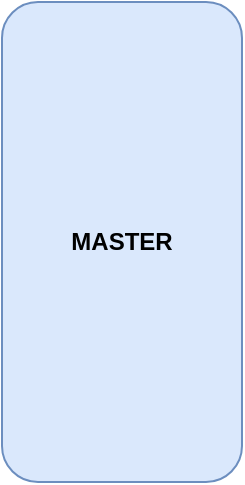
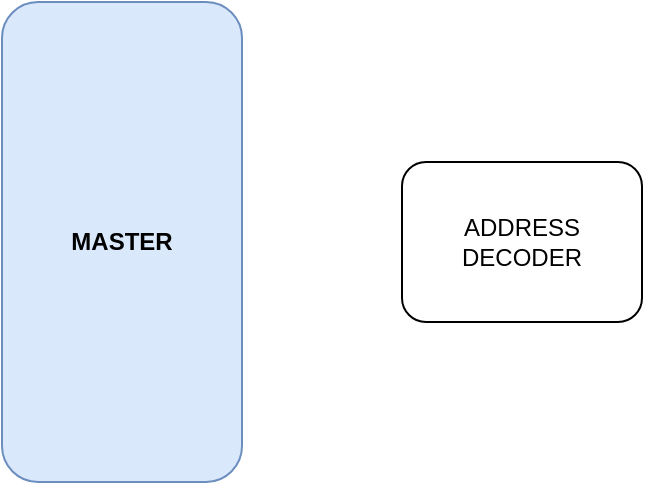
<mxfile host="app.diagrams.net" agent="Mozilla/5.0 (Windows NT 10.0; Win64; x64) AppleWebKit/537.36 (KHTML, like Gecko) Chrome/144.0.0.0 Safari/537.36 Edg/144.0.0.0" pages="4">
  <diagram id="00dOMP4ly3Yvcw6Omt_P" name="AHB Block Diagram">
-     <mxGraphModel dx="764" dy="1105" grid="1" gridSize="10" guides="1" tooltips="1" connect="1" arrows="1" fold="1" page="1" pageScale="1" pageWidth="850" pageHeight="1100" math="0" shadow="0">
+     <mxGraphModel dx="637" dy="921" grid="1" gridSize="10" guides="1" tooltips="1" connect="1" arrows="1" fold="1" page="1" pageScale="1" pageWidth="850" pageHeight="1100" math="0" shadow="0">
      <root>
        <mxCell id="0" />
        <mxCell id="1" parent="0" />
        <mxCell id="WVtcaOnAu4kVJNJomXHp-1" parent="1" style="rounded=1;whiteSpace=wrap;html=1;fillColor=#dae8fc;strokeColor=#6c8ebf;" value="&lt;b&gt;MASTER&lt;/b&gt;" vertex="1">
          <mxGeometry height="240" width="120" x="80" y="160" as="geometry" />
+         </mxCell>
+         <mxCell id="WVtcaOnAu4kVJNJomXHp-3" parent="1" style="rounded=1;whiteSpace=wrap;html=1;" value="ADDRESS DECODER" vertex="1">
+           <mxGeometry height="80" width="120" x="280" y="240" as="geometry" />
        </mxCell>
      </root>
    </mxGraphModel>
  </diagram>
  <diagram name="AHB Interface" id="AxdGKtdG9Rmgfqjtrl1U">
    <mxGraphModel dx="2046" dy="1106" grid="1" gridSize="10" guides="1" tooltips="1" connect="1" arrows="1" fold="1" page="1" pageScale="1" pageWidth="850" pageHeight="1100" math="0" shadow="0">
      <root>
        <mxCell id="0" />
        <mxCell id="1" parent="0" />
        <mxCell id="BZ9neWvH9tw47nREzwFn-1" parent="1" style="rounded=0;whiteSpace=wrap;html=1;" value="&lt;font style=&quot;font-size: 16px;&quot;&gt;&lt;b&gt;Manager&lt;/b&gt;&lt;/font&gt;" vertex="1">
          <mxGeometry height="200" width="120" x="400" y="80" as="geometry" />
        </mxCell>
        <mxCell id="BZ9neWvH9tw47nREzwFn-2" edge="1" parent="1" style="endArrow=classic;html=1;rounded=0;" value="">
          <mxGeometry height="50" relative="1" width="50" as="geometry">
            <mxPoint x="360" y="100" as="sourcePoint" />
            <mxPoint x="400" y="100" as="targetPoint" />
          </mxGeometry>
        </mxCell>
        <mxCell id="BZ9neWvH9tw47nREzwFn-3" edge="1" parent="1" style="endArrow=classic;html=1;rounded=0;" value="">
          <mxGeometry height="50" relative="1" width="50" as="geometry">
            <mxPoint x="360" y="120" as="sourcePoint" />
            <mxPoint x="400" y="120" as="targetPoint" />
          </mxGeometry>
        </mxCell>
        <mxCell id="BZ9neWvH9tw47nREzwFn-4" parent="1" style="text;html=1;whiteSpace=wrap;strokeColor=none;fillColor=none;align=center;verticalAlign=middle;rounded=0;fontStyle=1" value="HCLK" vertex="1">
          <mxGeometry height="20" width="40" x="320" y="90" as="geometry" />
        </mxCell>
        <mxCell id="BZ9neWvH9tw47nREzwFn-5" parent="1" style="text;html=1;whiteSpace=wrap;strokeColor=none;fillColor=none;align=center;verticalAlign=middle;rounded=0;fontStyle=1" value="HRESETn" vertex="1">
          <mxGeometry height="20" width="60" x="300" y="110" as="geometry" />
        </mxCell>
        <mxCell id="BZ9neWvH9tw47nREzwFn-6" parent="1" style="text;html=1;whiteSpace=wrap;strokeColor=none;fillColor=none;align=center;verticalAlign=middle;rounded=0;fontStyle=1" value="HREADY" vertex="1">
          <mxGeometry height="20" width="60" x="300" y="150" as="geometry" />
        </mxCell>
        <mxCell id="BZ9neWvH9tw47nREzwFn-7" edge="1" parent="1" style="endArrow=classic;html=1;rounded=0;" value="">
          <mxGeometry height="50" relative="1" width="50" as="geometry">
            <mxPoint x="360" y="160" as="sourcePoint" />
            <mxPoint x="400" y="160" as="targetPoint" />
          </mxGeometry>
        </mxCell>
        <mxCell id="BZ9neWvH9tw47nREzwFn-8" edge="1" parent="1" style="endArrow=classic;html=1;rounded=0;" value="">
          <mxGeometry height="50" relative="1" width="50" as="geometry">
            <mxPoint x="360" y="180" as="sourcePoint" />
            <mxPoint x="400" y="180" as="targetPoint" />
          </mxGeometry>
        </mxCell>
        <mxCell id="BZ9neWvH9tw47nREzwFn-9" parent="1" style="text;html=1;whiteSpace=wrap;strokeColor=none;fillColor=none;align=center;verticalAlign=middle;rounded=0;fontStyle=1" value="HSELx" vertex="1">
          <mxGeometry height="20" width="60" x="310" y="430" as="geometry" />
        </mxCell>
        <mxCell id="BZ9neWvH9tw47nREzwFn-10" edge="1" parent="1" style="endArrow=classic;html=1;rounded=0;" value="">
          <mxGeometry height="50" relative="1" width="50" as="geometry">
            <mxPoint x="360" y="260" as="sourcePoint" />
            <mxPoint x="400" y="260" as="targetPoint" />
          </mxGeometry>
        </mxCell>
        <mxCell id="BZ9neWvH9tw47nREzwFn-11" parent="1" style="text;html=1;whiteSpace=wrap;strokeColor=none;fillColor=none;align=center;verticalAlign=middle;rounded=0;fontStyle=1" value="HRDATA[31:0]" vertex="1">
          <mxGeometry height="20" width="90" x="270" y="250" as="geometry" />
        </mxCell>
        <mxCell id="BZ9neWvH9tw47nREzwFn-12" edge="1" parent="1" style="endArrow=classic;html=1;rounded=0;" value="">
          <mxGeometry height="50" relative="1" width="50" as="geometry">
            <mxPoint x="520" y="99.83" as="sourcePoint" />
            <mxPoint x="560" y="99.83" as="targetPoint" />
          </mxGeometry>
        </mxCell>
        <mxCell id="BZ9neWvH9tw47nREzwFn-13" edge="1" parent="1" style="endArrow=classic;html=1;rounded=0;" value="">
          <mxGeometry height="50" relative="1" width="50" as="geometry">
            <mxPoint x="520" y="119.83" as="sourcePoint" />
            <mxPoint x="560" y="119.83" as="targetPoint" />
          </mxGeometry>
        </mxCell>
        <mxCell id="BZ9neWvH9tw47nREzwFn-14" edge="1" parent="1" style="endArrow=classic;html=1;rounded=0;" value="">
          <mxGeometry height="50" relative="1" width="50" as="geometry">
            <mxPoint x="520" y="159.83" as="sourcePoint" />
            <mxPoint x="560" y="159.83" as="targetPoint" />
          </mxGeometry>
        </mxCell>
        <mxCell id="BZ9neWvH9tw47nREzwFn-15" edge="1" parent="1" style="endArrow=classic;html=1;rounded=0;" value="">
          <mxGeometry height="50" relative="1" width="50" as="geometry">
            <mxPoint x="520" y="140" as="sourcePoint" />
            <mxPoint x="560" y="140" as="targetPoint" />
          </mxGeometry>
        </mxCell>
        <mxCell id="BZ9neWvH9tw47nREzwFn-16" edge="1" parent="1" style="endArrow=classic;html=1;rounded=0;" value="">
          <mxGeometry height="50" relative="1" width="50" as="geometry">
            <mxPoint x="520" y="179.83" as="sourcePoint" />
            <mxPoint x="560" y="179.83" as="targetPoint" />
          </mxGeometry>
        </mxCell>
        <mxCell id="BZ9neWvH9tw47nREzwFn-17" edge="1" parent="1" style="endArrow=classic;html=1;rounded=0;" value="">
          <mxGeometry height="50" relative="1" width="50" as="geometry">
            <mxPoint x="520" y="200" as="sourcePoint" />
            <mxPoint x="560" y="200" as="targetPoint" />
          </mxGeometry>
        </mxCell>
        <mxCell id="BZ9neWvH9tw47nREzwFn-18" parent="1" style="text;html=1;whiteSpace=wrap;strokeColor=none;fillColor=none;align=center;verticalAlign=middle;rounded=0;fontStyle=1" value="HADDR[31:0]" vertex="1">
          <mxGeometry height="20" width="80" x="560" y="90" as="geometry" />
        </mxCell>
        <mxCell id="BZ9neWvH9tw47nREzwFn-19" parent="1" style="text;html=1;whiteSpace=wrap;strokeColor=none;fillColor=none;align=center;verticalAlign=middle;rounded=0;fontStyle=1" value="HWRITE" vertex="1">
          <mxGeometry height="20" width="60" x="560" y="110" as="geometry" />
        </mxCell>
        <mxCell id="BZ9neWvH9tw47nREzwFn-20" parent="1" style="text;html=1;whiteSpace=wrap;strokeColor=none;fillColor=none;align=center;verticalAlign=middle;rounded=0;fontStyle=1" value="HSIZE[2:0]" vertex="1">
          <mxGeometry height="20" width="70" x="560" y="130" as="geometry" />
        </mxCell>
        <mxCell id="BZ9neWvH9tw47nREzwFn-21" parent="1" style="text;html=1;whiteSpace=wrap;strokeColor=none;fillColor=none;align=center;verticalAlign=middle;rounded=0;fontStyle=1" value="HBURST[2:0]" vertex="1">
          <mxGeometry height="20" width="80" x="560" y="150" as="geometry" />
        </mxCell>
        <mxCell id="BZ9neWvH9tw47nREzwFn-22" parent="1" style="text;html=1;whiteSpace=wrap;strokeColor=none;fillColor=none;align=center;verticalAlign=middle;rounded=0;fontStyle=1" value="HPROT[3:0]" vertex="1">
          <mxGeometry height="20" width="80" x="560" y="170" as="geometry" />
        </mxCell>
        <mxCell id="BZ9neWvH9tw47nREzwFn-23" parent="1" style="text;html=1;whiteSpace=wrap;strokeColor=none;fillColor=none;align=center;verticalAlign=middle;rounded=0;fontStyle=1" value="HTRANS[1:0]" vertex="1">
          <mxGeometry height="20" width="80" x="560" y="190" as="geometry" />
        </mxCell>
        <mxCell id="BZ9neWvH9tw47nREzwFn-24" edge="1" parent="1" style="endArrow=classic;html=1;rounded=0;" value="">
          <mxGeometry height="50" relative="1" width="50" as="geometry">
            <mxPoint x="520" y="220" as="sourcePoint" />
            <mxPoint x="560" y="220" as="targetPoint" />
          </mxGeometry>
        </mxCell>
        <mxCell id="BZ9neWvH9tw47nREzwFn-25" parent="1" style="text;html=1;whiteSpace=wrap;strokeColor=none;fillColor=none;align=center;verticalAlign=middle;rounded=0;fontStyle=1" value="HMASTLOCK" vertex="1">
          <mxGeometry height="20" width="80" x="560" y="210" as="geometry" />
        </mxCell>
        <mxCell id="BZ9neWvH9tw47nREzwFn-26" edge="1" parent="1" style="endArrow=classic;html=1;rounded=0;" value="">
          <mxGeometry height="50" relative="1" width="50" as="geometry">
            <mxPoint x="520" y="259.8" as="sourcePoint" />
            <mxPoint x="560" y="259.8" as="targetPoint" />
          </mxGeometry>
        </mxCell>
        <mxCell id="BZ9neWvH9tw47nREzwFn-30" parent="1" style="text;html=1;whiteSpace=wrap;strokeColor=none;fillColor=none;align=center;verticalAlign=middle;rounded=0;fontStyle=1" value="HWDATA[31:0]" vertex="1">
          <mxGeometry height="20" width="95" x="555" y="250" as="geometry" />
        </mxCell>
        <mxCell id="BZ9neWvH9tw47nREzwFn-31" parent="1" style="rounded=0;whiteSpace=wrap;html=1;" value="&lt;font style=&quot;font-size: 16px;&quot;&gt;&lt;b&gt;Slave&lt;/b&gt;&lt;/font&gt;" vertex="1">
          <mxGeometry height="320" width="120" x="400" y="360" as="geometry" />
        </mxCell>
        <mxCell id="BZ9neWvH9tw47nREzwFn-32" edge="1" parent="1" style="endArrow=classic;html=1;rounded=0;" value="">
          <mxGeometry height="50" relative="1" width="50" as="geometry">
            <mxPoint x="360" y="489.83" as="sourcePoint" />
            <mxPoint x="400" y="489.83" as="targetPoint" />
          </mxGeometry>
        </mxCell>
        <mxCell id="BZ9neWvH9tw47nREzwFn-33" edge="1" parent="1" style="endArrow=classic;html=1;rounded=0;" value="">
          <mxGeometry height="50" relative="1" width="50" as="geometry">
            <mxPoint x="360" y="509.83" as="sourcePoint" />
            <mxPoint x="400" y="509.83" as="targetPoint" />
          </mxGeometry>
        </mxCell>
        <mxCell id="BZ9neWvH9tw47nREzwFn-34" edge="1" parent="1" style="endArrow=classic;html=1;rounded=0;" value="">
          <mxGeometry height="50" relative="1" width="50" as="geometry">
            <mxPoint x="360" y="549.83" as="sourcePoint" />
            <mxPoint x="400" y="549.83" as="targetPoint" />
          </mxGeometry>
        </mxCell>
        <mxCell id="BZ9neWvH9tw47nREzwFn-35" edge="1" parent="1" style="endArrow=classic;html=1;rounded=0;" value="">
          <mxGeometry height="50" relative="1" width="50" as="geometry">
            <mxPoint x="360" y="530" as="sourcePoint" />
            <mxPoint x="400" y="530" as="targetPoint" />
          </mxGeometry>
        </mxCell>
        <mxCell id="BZ9neWvH9tw47nREzwFn-36" edge="1" parent="1" style="endArrow=classic;html=1;rounded=0;" value="">
          <mxGeometry height="50" relative="1" width="50" as="geometry">
            <mxPoint x="360" y="569.83" as="sourcePoint" />
            <mxPoint x="400" y="569.83" as="targetPoint" />
          </mxGeometry>
        </mxCell>
        <mxCell id="BZ9neWvH9tw47nREzwFn-37" edge="1" parent="1" style="endArrow=classic;html=1;rounded=0;" value="">
          <mxGeometry height="50" relative="1" width="50" as="geometry">
            <mxPoint x="360" y="590" as="sourcePoint" />
            <mxPoint x="400" y="590" as="targetPoint" />
          </mxGeometry>
        </mxCell>
        <mxCell id="BZ9neWvH9tw47nREzwFn-38" parent="1" style="text;html=1;whiteSpace=wrap;strokeColor=none;fillColor=none;align=center;verticalAlign=middle;rounded=0;fontStyle=1" value="HADDR[31:0]" vertex="1">
          <mxGeometry height="20" width="80" x="275" y="480" as="geometry" />
        </mxCell>
        <mxCell id="BZ9neWvH9tw47nREzwFn-39" parent="1" style="text;html=1;whiteSpace=wrap;strokeColor=none;fillColor=none;align=center;verticalAlign=middle;rounded=0;fontStyle=1" value="HWRITE" vertex="1">
          <mxGeometry height="20" width="60" x="275" y="500" as="geometry" />
        </mxCell>
        <mxCell id="BZ9neWvH9tw47nREzwFn-40" parent="1" style="text;html=1;whiteSpace=wrap;strokeColor=none;fillColor=none;align=center;verticalAlign=middle;rounded=0;fontStyle=1" value="HSIZE[2:0]" vertex="1">
          <mxGeometry height="20" width="70" x="275" y="520" as="geometry" />
        </mxCell>
        <mxCell id="BZ9neWvH9tw47nREzwFn-41" parent="1" style="text;html=1;whiteSpace=wrap;strokeColor=none;fillColor=none;align=center;verticalAlign=middle;rounded=0;fontStyle=1" value="HBURST[2:0]" vertex="1">
          <mxGeometry height="20" width="80" x="275" y="540" as="geometry" />
        </mxCell>
        <mxCell id="BZ9neWvH9tw47nREzwFn-42" parent="1" style="text;html=1;whiteSpace=wrap;strokeColor=none;fillColor=none;align=center;verticalAlign=middle;rounded=0;fontStyle=1" value="HPROT[3:0]" vertex="1">
          <mxGeometry height="20" width="80" x="275" y="560" as="geometry" />
        </mxCell>
        <mxCell id="BZ9neWvH9tw47nREzwFn-43" parent="1" style="text;html=1;whiteSpace=wrap;strokeColor=none;fillColor=none;align=center;verticalAlign=middle;rounded=0;fontStyle=1" value="HTRANS[1:0]" vertex="1">
          <mxGeometry height="20" width="80" x="275" y="580" as="geometry" />
        </mxCell>
        <mxCell id="BZ9neWvH9tw47nREzwFn-44" edge="1" parent="1" style="endArrow=classic;html=1;rounded=0;" value="">
          <mxGeometry height="50" relative="1" width="50" as="geometry">
            <mxPoint x="360" y="610" as="sourcePoint" />
            <mxPoint x="400" y="610" as="targetPoint" />
          </mxGeometry>
        </mxCell>
        <mxCell id="BZ9neWvH9tw47nREzwFn-45" parent="1" style="text;html=1;whiteSpace=wrap;strokeColor=none;fillColor=none;align=center;verticalAlign=middle;rounded=0;fontStyle=1" value="HMASTLOCK" vertex="1">
          <mxGeometry height="20" width="80" x="275" y="600" as="geometry" />
        </mxCell>
        <mxCell id="BZ9neWvH9tw47nREzwFn-46" edge="1" parent="1" style="endArrow=classic;html=1;rounded=0;" value="">
          <mxGeometry height="50" relative="1" width="50" as="geometry">
            <mxPoint x="360" y="649.8" as="sourcePoint" />
            <mxPoint x="400" y="649.8" as="targetPoint" />
          </mxGeometry>
        </mxCell>
        <mxCell id="BZ9neWvH9tw47nREzwFn-47" parent="1" style="text;html=1;whiteSpace=wrap;strokeColor=none;fillColor=none;align=center;verticalAlign=middle;rounded=0;fontStyle=1" value="HWDATA[31:0]" vertex="1">
          <mxGeometry height="20" width="95" x="270" y="640" as="geometry" />
        </mxCell>
        <mxCell id="BZ9neWvH9tw47nREzwFn-49" edge="1" parent="1" style="endArrow=classic;html=1;rounded=0;" value="">
          <mxGeometry height="50" relative="1" width="50" as="geometry">
            <mxPoint x="360" y="380" as="sourcePoint" />
            <mxPoint x="400" y="380" as="targetPoint" />
          </mxGeometry>
        </mxCell>
        <mxCell id="BZ9neWvH9tw47nREzwFn-50" edge="1" parent="1" style="endArrow=classic;html=1;rounded=0;" value="">
          <mxGeometry height="50" relative="1" width="50" as="geometry">
            <mxPoint x="360" y="400" as="sourcePoint" />
            <mxPoint x="400" y="400" as="targetPoint" />
          </mxGeometry>
        </mxCell>
        <mxCell id="BZ9neWvH9tw47nREzwFn-51" edge="1" parent="1" style="endArrow=classic;html=1;rounded=0;" value="">
          <mxGeometry height="50" relative="1" width="50" as="geometry">
            <mxPoint x="360" y="440" as="sourcePoint" />
            <mxPoint x="400" y="440" as="targetPoint" />
          </mxGeometry>
        </mxCell>
        <mxCell id="BZ9neWvH9tw47nREzwFn-52" parent="1" style="text;html=1;whiteSpace=wrap;strokeColor=none;fillColor=none;align=center;verticalAlign=middle;rounded=0;fontStyle=1" value="HCLK" vertex="1">
          <mxGeometry height="20" width="40" x="320" y="370" as="geometry" />
        </mxCell>
        <mxCell id="BZ9neWvH9tw47nREzwFn-53" parent="1" style="text;html=1;whiteSpace=wrap;strokeColor=none;fillColor=none;align=center;verticalAlign=middle;rounded=0;fontStyle=1" value="HRESETn" vertex="1">
          <mxGeometry height="20" width="60" x="300" y="390" as="geometry" />
        </mxCell>
        <mxCell id="BZ9neWvH9tw47nREzwFn-54" parent="1" style="shape=curlyBracket;whiteSpace=wrap;html=1;rounded=1;labelPosition=left;verticalLabelPosition=middle;align=right;verticalAlign=middle;" value="" vertex="1">
          <mxGeometry height="35" width="20" x="230" y="90" as="geometry" />
        </mxCell>
        <mxCell id="BZ9neWvH9tw47nREzwFn-55" parent="1" style="text;html=1;whiteSpace=wrap;strokeColor=none;fillColor=none;align=center;verticalAlign=middle;rounded=0;fontStyle=1" value="HRESP" vertex="1">
          <mxGeometry height="20" width="60" x="300" y="170" as="geometry" />
        </mxCell>
        <mxCell id="BZ9neWvH9tw47nREzwFn-56" parent="1" style="shape=curlyBracket;whiteSpace=wrap;html=1;rounded=1;labelPosition=left;verticalLabelPosition=middle;align=right;verticalAlign=middle;" value="" vertex="1">
          <mxGeometry height="140" width="20" x="230" y="480" as="geometry" />
        </mxCell>
        <mxCell id="BZ9neWvH9tw47nREzwFn-57" parent="1" style="shape=curlyBracket;whiteSpace=wrap;html=1;rounded=1;labelPosition=left;verticalLabelPosition=middle;align=right;verticalAlign=middle;rotation=-180;" value="" vertex="1">
          <mxGeometry height="135" width="20" x="650" y="90" as="geometry" />
        </mxCell>
        <mxCell id="BZ9neWvH9tw47nREzwFn-58" parent="1" style="text;html=1;whiteSpace=wrap;strokeColor=none;fillColor=none;align=center;verticalAlign=middle;rounded=0;fontStyle=1" value="&lt;span style=&quot;font-weight: normal;&quot;&gt;Global signals&lt;/span&gt;" vertex="1">
          <mxGeometry height="20" width="90" x="140" y="97.5" as="geometry" />
        </mxCell>
        <mxCell id="BZ9neWvH9tw47nREzwFn-59" parent="1" style="text;html=1;whiteSpace=wrap;strokeColor=none;fillColor=none;align=center;verticalAlign=middle;rounded=0;fontStyle=1" value="&lt;span style=&quot;font-weight: normal;&quot;&gt;Transfer response&lt;/span&gt;" vertex="1">
          <mxGeometry height="20" width="60" x="170" y="157.5" as="geometry" />
        </mxCell>
        <mxCell id="BZ9neWvH9tw47nREzwFn-60" parent="1" style="text;html=1;whiteSpace=wrap;strokeColor=none;fillColor=none;align=center;verticalAlign=middle;rounded=0;fontStyle=1" value="&lt;span style=&quot;font-weight: normal;&quot;&gt;Data&lt;/span&gt;" vertex="1">
          <mxGeometry height="20" width="60" x="170" y="250" as="geometry" />
        </mxCell>
        <mxCell id="BZ9neWvH9tw47nREzwFn-61" parent="1" style="text;html=1;whiteSpace=wrap;strokeColor=none;fillColor=none;align=center;verticalAlign=middle;rounded=0;fontStyle=1" value="&lt;span style=&quot;font-weight: normal;&quot;&gt;Address and control signals&lt;/span&gt;" vertex="1">
          <mxGeometry height="37.5" width="90" x="670" y="140" as="geometry" />
        </mxCell>
        <mxCell id="BZ9neWvH9tw47nREzwFn-62" parent="1" style="shape=curlyBracket;whiteSpace=wrap;html=1;rounded=1;labelPosition=left;verticalLabelPosition=middle;align=right;verticalAlign=middle;" value="" vertex="1">
          <mxGeometry height="35" width="20" x="230" y="150" as="geometry" />
        </mxCell>
        <mxCell id="BZ9neWvH9tw47nREzwFn-63" parent="1" style="text;html=1;whiteSpace=wrap;strokeColor=none;fillColor=none;align=center;verticalAlign=middle;rounded=0;fontStyle=1" value="&lt;span style=&quot;font-weight: normal;&quot;&gt;Address and control signals&lt;/span&gt;" vertex="1">
          <mxGeometry height="37.5" width="90" x="140" y="531" as="geometry" />
        </mxCell>
        <mxCell id="BZ9neWvH9tw47nREzwFn-64" parent="1" style="shape=curlyBracket;whiteSpace=wrap;html=1;rounded=1;labelPosition=left;verticalLabelPosition=middle;align=right;verticalAlign=middle;" value="" vertex="1">
          <mxGeometry height="35" width="20" x="230" y="375" as="geometry" />
        </mxCell>
        <mxCell id="BZ9neWvH9tw47nREzwFn-65" parent="1" style="text;html=1;whiteSpace=wrap;strokeColor=none;fillColor=none;align=center;verticalAlign=middle;rounded=0;fontStyle=1" value="&lt;span style=&quot;font-weight: normal;&quot;&gt;Global signals&lt;/span&gt;" vertex="1">
          <mxGeometry height="20" width="90" x="140" y="382.5" as="geometry" />
        </mxCell>
        <mxCell id="BZ9neWvH9tw47nREzwFn-66" parent="1" style="text;html=1;whiteSpace=wrap;strokeColor=none;fillColor=none;align=center;verticalAlign=middle;rounded=0;fontStyle=1" value="&lt;span style=&quot;font-weight: normal;&quot;&gt;Data&lt;/span&gt;" vertex="1">
          <mxGeometry height="20" width="60" x="670" y="250" as="geometry" />
        </mxCell>
        <mxCell id="BZ9neWvH9tw47nREzwFn-67" edge="1" parent="1" style="endArrow=classic;html=1;rounded=0;" value="">
          <mxGeometry height="50" relative="1" width="50" as="geometry">
            <mxPoint x="520" y="490" as="sourcePoint" />
            <mxPoint x="560" y="490" as="targetPoint" />
          </mxGeometry>
        </mxCell>
        <mxCell id="BZ9neWvH9tw47nREzwFn-68" edge="1" parent="1" style="endArrow=classic;html=1;rounded=0;" value="">
          <mxGeometry height="50" relative="1" width="50" as="geometry">
            <mxPoint x="520" y="510" as="sourcePoint" />
            <mxPoint x="560" y="510" as="targetPoint" />
          </mxGeometry>
        </mxCell>
        <mxCell id="BZ9neWvH9tw47nREzwFn-69" parent="1" style="text;html=1;whiteSpace=wrap;strokeColor=none;fillColor=none;align=center;verticalAlign=middle;rounded=0;fontStyle=1" value="HREADY" vertex="1">
          <mxGeometry height="20" width="60" x="560" y="480" as="geometry" />
        </mxCell>
        <mxCell id="BZ9neWvH9tw47nREzwFn-70" parent="1" style="text;html=1;whiteSpace=wrap;strokeColor=none;fillColor=none;align=center;verticalAlign=middle;rounded=0;fontStyle=1" value="HRESP" vertex="1">
          <mxGeometry height="20" width="60" x="560" y="500" as="geometry" />
        </mxCell>
        <mxCell id="BZ9neWvH9tw47nREzwFn-71" edge="1" parent="1" style="endArrow=classic;html=1;rounded=0;" value="">
          <mxGeometry height="50" relative="1" width="50" as="geometry">
            <mxPoint x="520" y="649.6600000000001" as="sourcePoint" />
            <mxPoint x="560" y="649.6600000000001" as="targetPoint" />
          </mxGeometry>
        </mxCell>
        <mxCell id="BZ9neWvH9tw47nREzwFn-72" parent="1" style="text;html=1;whiteSpace=wrap;strokeColor=none;fillColor=none;align=center;verticalAlign=middle;rounded=0;fontStyle=1" value="HRDATA[31:0]" vertex="1">
          <mxGeometry height="20" width="90" x="560" y="640" as="geometry" />
        </mxCell>
        <mxCell id="BZ9neWvH9tw47nREzwFn-73" parent="1" style="text;html=1;whiteSpace=wrap;strokeColor=none;fillColor=none;align=center;verticalAlign=middle;rounded=0;fontStyle=1" value="&lt;span style=&quot;font-weight: normal;&quot;&gt;Data&lt;/span&gt;" vertex="1">
          <mxGeometry height="20" width="60" x="155" y="640" as="geometry" />
        </mxCell>
        <mxCell id="BZ9neWvH9tw47nREzwFn-74" parent="1" style="text;html=1;whiteSpace=wrap;strokeColor=none;fillColor=none;align=center;verticalAlign=middle;rounded=0;fontStyle=1" value="&lt;span style=&quot;font-weight: normal;&quot;&gt;Data&lt;/span&gt;" vertex="1">
          <mxGeometry height="20" width="50" x="675" y="640" as="geometry" />
        </mxCell>
        <mxCell id="BZ9neWvH9tw47nREzwFn-75" parent="1" style="text;html=1;whiteSpace=wrap;strokeColor=none;fillColor=none;align=center;verticalAlign=middle;rounded=0;fontStyle=1" value="&lt;span style=&quot;font-weight: normal;&quot;&gt;Transfer response&lt;/span&gt;" vertex="1">
          <mxGeometry height="20" width="60" x="670" y="487.5" as="geometry" />
        </mxCell>
        <mxCell id="BZ9neWvH9tw47nREzwFn-76" parent="1" style="shape=curlyBracket;whiteSpace=wrap;html=1;rounded=1;labelPosition=left;verticalLabelPosition=middle;align=right;verticalAlign=middle;rotation=-180;" value="" vertex="1">
          <mxGeometry height="35" width="20" x="640" y="480" as="geometry" />
        </mxCell>
        <mxCell id="BZ9neWvH9tw47nREzwFn-77" parent="1" style="text;html=1;whiteSpace=wrap;strokeColor=none;fillColor=none;align=center;verticalAlign=middle;rounded=0;fontStyle=1" value="&lt;span style=&quot;font-weight: normal;&quot;&gt;Select signal&lt;/span&gt;" vertex="1">
          <mxGeometry height="20" width="90" x="140" y="430" as="geometry" />
        </mxCell>
      </root>
    </mxGraphModel>
  </diagram>
  <diagram id="Hd4ECfvz_bm4RMetZK8C" name="Master Interface">
    <mxGraphModel dx="764" dy="1105" grid="1" gridSize="10" guides="1" tooltips="1" connect="1" arrows="1" fold="1" page="1" pageScale="1" pageWidth="850" pageHeight="1100" math="0" shadow="0">
      <root>
        <mxCell id="0" />
        <mxCell id="1" parent="0" />
      </root>
    </mxGraphModel>
  </diagram>
  <diagram id="AYzUWjTrgIps4r00h7mQ" name="Master FSM">
    <mxGraphModel dx="437" dy="631" grid="1" gridSize="10" guides="1" tooltips="1" connect="1" arrows="1" fold="1" page="1" pageScale="1" pageWidth="850" pageHeight="1100" math="0" shadow="0">
      <root>
        <mxCell id="0" />
        <mxCell id="1" parent="0" />
        <mxCell id="gUlQ52oibdo8bB1fHUDe-6" edge="1" parent="1" source="gUlQ52oibdo8bB1fHUDe-1" style="edgeStyle=orthogonalEdgeStyle;rounded=0;orthogonalLoop=1;jettySize=auto;html=1;exitX=1;exitY=0.5;exitDx=0;exitDy=0;entryX=0;entryY=0.5;entryDx=0;entryDy=0;" target="gUlQ52oibdo8bB1fHUDe-2">
          <mxGeometry relative="1" as="geometry" />
        </mxCell>
        <mxCell id="gUlQ52oibdo8bB1fHUDe-8" edge="1" parent="1" source="gUlQ52oibdo8bB1fHUDe-1" style="edgeStyle=orthogonalEdgeStyle;rounded=0;orthogonalLoop=1;jettySize=auto;html=1;entryX=0.5;entryY=0;entryDx=0;entryDy=0;" target="gUlQ52oibdo8bB1fHUDe-5">
          <mxGeometry relative="1" as="geometry" />
        </mxCell>
        <mxCell id="gUlQ52oibdo8bB1fHUDe-1" parent="1" style="ellipse;whiteSpace=wrap;html=1;" value="IDLE" vertex="1">
          <mxGeometry height="80" width="120" x="200" y="200" as="geometry" />
        </mxCell>
        <mxCell id="gUlQ52oibdo8bB1fHUDe-7" edge="1" parent="1" source="gUlQ52oibdo8bB1fHUDe-2" style="edgeStyle=orthogonalEdgeStyle;rounded=0;orthogonalLoop=1;jettySize=auto;html=1;entryX=0.5;entryY=0;entryDx=0;entryDy=0;" target="gUlQ52oibdo8bB1fHUDe-3">
          <mxGeometry relative="1" as="geometry" />
        </mxCell>
        <mxCell id="gUlQ52oibdo8bB1fHUDe-2" parent="1" style="ellipse;whiteSpace=wrap;html=1;" value="WR_ADDR_PHASE" vertex="1">
          <mxGeometry height="80" width="120" x="440" y="200" as="geometry" />
        </mxCell>
        <mxCell id="gUlQ52oibdo8bB1fHUDe-10" edge="1" parent="1" source="gUlQ52oibdo8bB1fHUDe-3" style="edgeStyle=orthogonalEdgeStyle;rounded=0;orthogonalLoop=1;jettySize=auto;html=1;entryX=0.5;entryY=0;entryDx=0;entryDy=0;" target="gUlQ52oibdo8bB1fHUDe-9">
          <mxGeometry relative="1" as="geometry" />
        </mxCell>
        <mxCell id="8WBKzOnGMAMBHIHuB8Qa-4" edge="1" parent="1" source="gUlQ52oibdo8bB1fHUDe-3" style="edgeStyle=orthogonalEdgeStyle;rounded=0;orthogonalLoop=1;jettySize=auto;html=1;entryX=1;entryY=0.5;entryDx=0;entryDy=0;" target="gUlQ52oibdo8bB1fHUDe-5">
          <mxGeometry relative="1" as="geometry" />
        </mxCell>
        <mxCell id="gUlQ52oibdo8bB1fHUDe-3" parent="1" style="ellipse;whiteSpace=wrap;html=1;" value="WR_DATA_PHASE" vertex="1">
          <mxGeometry height="80" width="120" x="440" y="360" as="geometry" />
        </mxCell>
        <mxCell id="gUlQ52oibdo8bB1fHUDe-11" edge="1" parent="1" source="gUlQ52oibdo8bB1fHUDe-4" style="edgeStyle=orthogonalEdgeStyle;rounded=0;orthogonalLoop=1;jettySize=auto;html=1;entryX=0;entryY=0.5;entryDx=0;entryDy=0;" target="gUlQ52oibdo8bB1fHUDe-9">
          <mxGeometry relative="1" as="geometry" />
        </mxCell>
        <mxCell id="8WBKzOnGMAMBHIHuB8Qa-6" edge="1" parent="1" source="gUlQ52oibdo8bB1fHUDe-4" style="edgeStyle=orthogonalEdgeStyle;rounded=0;orthogonalLoop=1;jettySize=auto;html=1;exitX=0;exitY=0.5;exitDx=0;exitDy=0;entryX=0;entryY=0.5;entryDx=0;entryDy=0;" target="gUlQ52oibdo8bB1fHUDe-1">
          <mxGeometry relative="1" as="geometry">
            <Array as="points">
              <mxPoint x="160.03" y="560.03" />
              <mxPoint x="160.03" y="240.03" />
            </Array>
          </mxGeometry>
        </mxCell>
        <mxCell id="gUlQ52oibdo8bB1fHUDe-4" parent="1" style="ellipse;whiteSpace=wrap;html=1;" value="RD_DATA_PHASE" vertex="1">
          <mxGeometry height="80" width="120" x="200" y="520" as="geometry" />
        </mxCell>
        <mxCell id="8WBKzOnGMAMBHIHuB8Qa-3" edge="1" parent="1" source="gUlQ52oibdo8bB1fHUDe-5" style="edgeStyle=orthogonalEdgeStyle;rounded=0;orthogonalLoop=1;jettySize=auto;html=1;" target="gUlQ52oibdo8bB1fHUDe-4" value="">
          <mxGeometry relative="1" as="geometry" />
        </mxCell>
        <mxCell id="gUlQ52oibdo8bB1fHUDe-5" parent="1" style="ellipse;whiteSpace=wrap;html=1;" value="RD_ADDR_PHASE" vertex="1">
          <mxGeometry height="80" width="120" x="200" y="360" as="geometry" />
        </mxCell>
        <mxCell id="gUlQ52oibdo8bB1fHUDe-9" parent="1" style="ellipse;whiteSpace=wrap;html=1;" value="WAIT_STATE" vertex="1">
          <mxGeometry height="80" width="120" x="440" y="520" as="geometry" />
        </mxCell>
        <mxCell id="8WBKzOnGMAMBHIHuB8Qa-1" edge="1" parent="1" source="gUlQ52oibdo8bB1fHUDe-5" style="endArrow=classic;html=1;rounded=0;entryX=0;entryY=0;entryDx=0;entryDy=0;exitX=1;exitY=1;exitDx=0;exitDy=0;" target="gUlQ52oibdo8bB1fHUDe-9" value="">
          <mxGeometry height="50" relative="1" width="50" as="geometry">
            <mxPoint x="350" y="490" as="sourcePoint" />
            <mxPoint x="400" y="440" as="targetPoint" />
          </mxGeometry>
        </mxCell>
        <mxCell id="8WBKzOnGMAMBHIHuB8Qa-5" edge="1" parent="1" source="gUlQ52oibdo8bB1fHUDe-3" style="endArrow=classic;html=1;rounded=0;exitX=0;exitY=0;exitDx=0;exitDy=0;entryX=1;entryY=1;entryDx=0;entryDy=0;" target="gUlQ52oibdo8bB1fHUDe-1" value="">
          <mxGeometry height="50" relative="1" width="50" as="geometry">
            <mxPoint x="370" y="340" as="sourcePoint" />
            <mxPoint x="420" y="290" as="targetPoint" />
          </mxGeometry>
        </mxCell>
      </root>
    </mxGraphModel>
  </diagram>
</mxfile>
